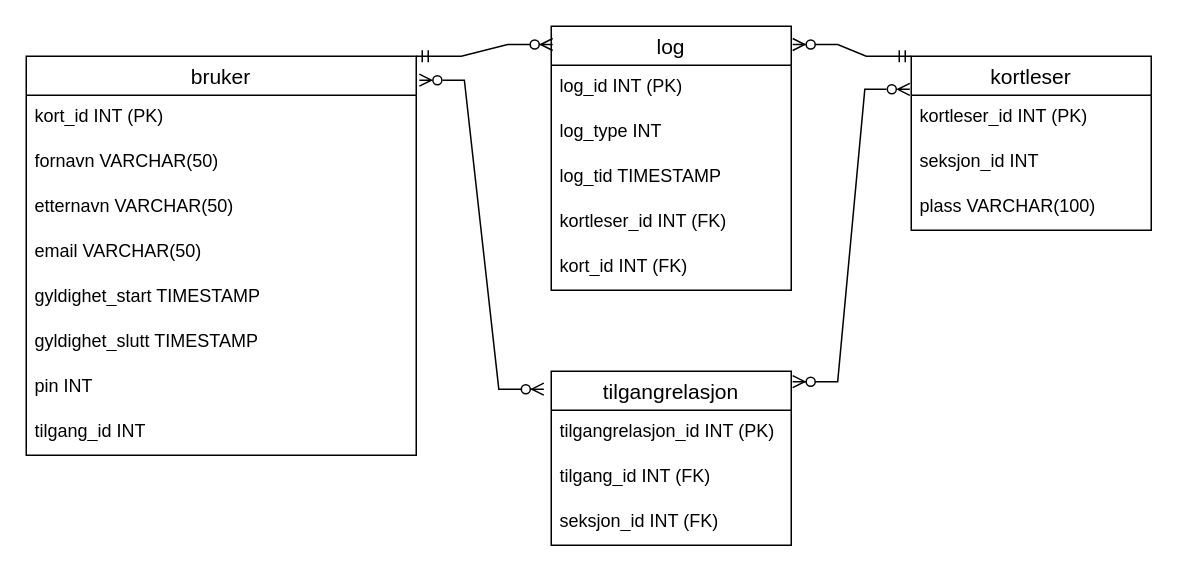
Earlier version of the draw.io diagram adgangskontroller_DB/adgangskontroller-ER-needswork.drawio (Le5ule/Adgangskontroll). Source tidied: cells renumbered, new cells numbered last; positions are measured from the earlier drawing's top-left corner, leaving out a move shared by most shapes. Both pictures are drawn from the tidied source at 150%, with x=0, y=0 at pixel (26, 26).
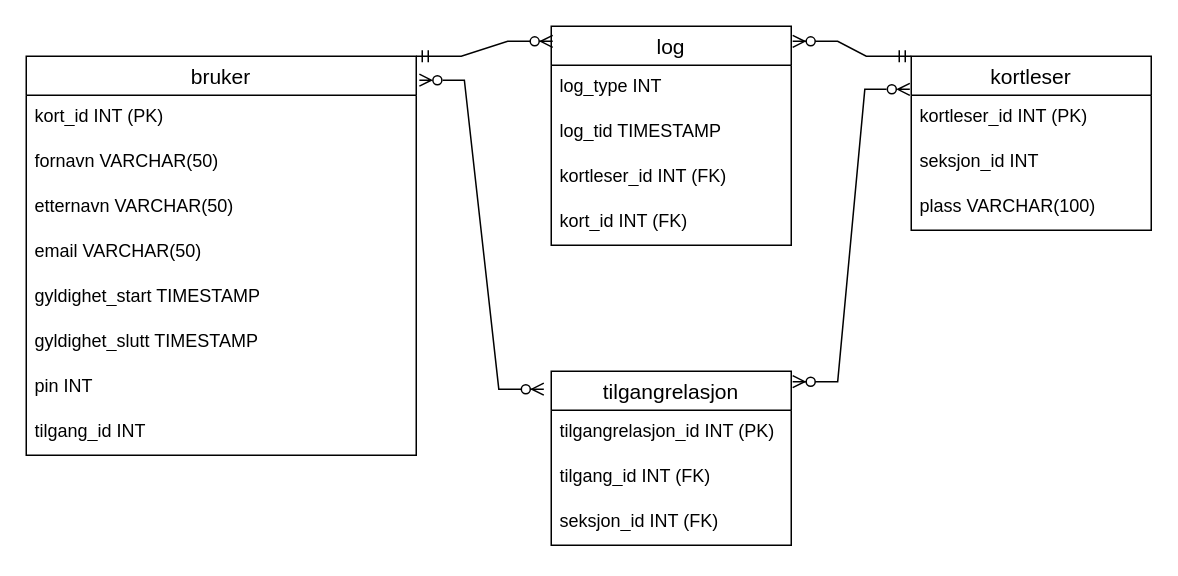
Above is the later version.

The edit, as a diff of the source:
```diff
@@
     <mxCell id="11" value="log" style="swimlane;fontStyle=0;horizontal=1;startSize=26;align=center;fontSize=14;" parent="1" vertex="1">
-      <mxGeometry x="350" width="160" height="176" as="geometry" />
+      <mxGeometry x="350" width="160" height="146" as="geometry" />
     </mxCell>
-    <mxCell id="12" value="log_id INT (PK)" style="text;strokeColor=none;fillColor=none;spacingLeft=4;spacingRight=4;overflow=hidden;fontSize=12;whiteSpace=wrap;html=1;" parent="11" vertex="1">
-      <mxGeometry y="26" width="160" height="30" as="geometry" />
-    </mxCell>
     <mxCell id="13" value="log_type INT" style="text;strokeColor=none;fillColor=none;spacingLeft=4;spacingRight=4;overflow=hidden;fontSize=12;whiteSpace=wrap;html=1;" parent="11" vertex="1">
-      <mxGeometry y="56" width="160" height="30" as="geometry" />
+      <mxGeometry y="26" width="160" height="30" as="geometry" />
     </mxCell>
     <mxCell id="14" value="log_tid TIMESTAMP" style="text;strokeColor=none;fillColor=none;spacingLeft=4;spacingRight=4;overflow=hidden;fontSize=12;whiteSpace=wrap;html=1;" parent="11" vertex="1">
-      <mxGeometry y="86" width="160" height="30" as="geometry" />
+      <mxGeometry y="56" width="160" height="30" as="geometry" />
     </mxCell>
     <mxCell id="15" value="kortleser_id INT (FK)" style="text;strokeColor=none;fillColor=none;spacingLeft=4;spacingRight=4;overflow=hidden;fontSize=12;whiteSpace=wrap;html=1;" parent="11" vertex="1">
-      <mxGeometry y="116" width="160" height="30" as="geometry" />
+      <mxGeometry y="86" width="160" height="30" as="geometry" />
     </mxCell>
     <mxCell id="16" value="kort_id INT (FK)" style="text;strokeColor=none;fillColor=none;spacingLeft=4;spacingRight=4;overflow=hidden;fontSize=12;whiteSpace=wrap;html=1;" parent="11" vertex="1">
-      <mxGeometry y="146" width="160" height="30" as="geometry" />
+      <mxGeometry y="116" width="160" height="30" as="geometry" />
     </mxCell>
```
